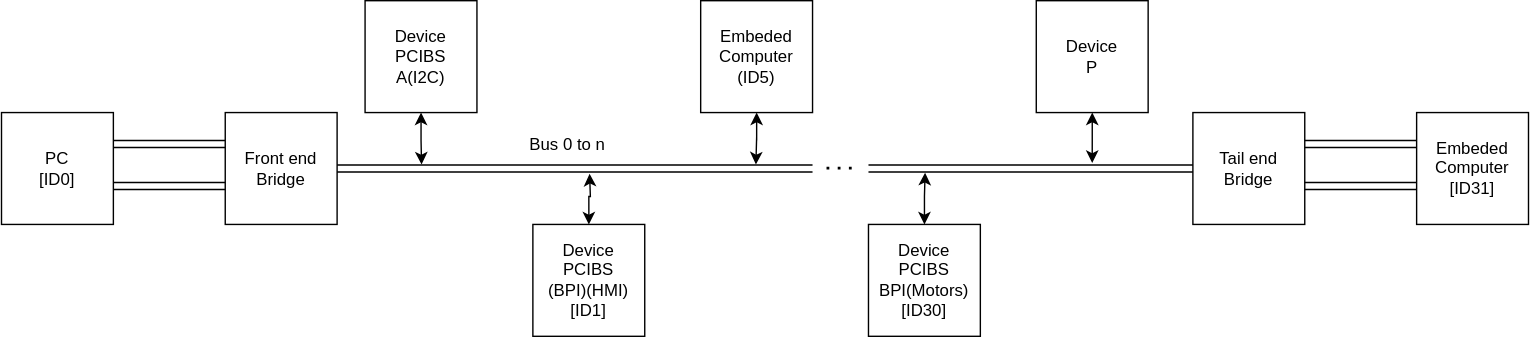
Earlier version of the draw.io export BUS_layout.svg (cdg66/BUS_figures). Source tidied: cells renumbered, new cells last; positions are measured from the earlier drawing's top-left corner, leaving out a move shared by most shapes.
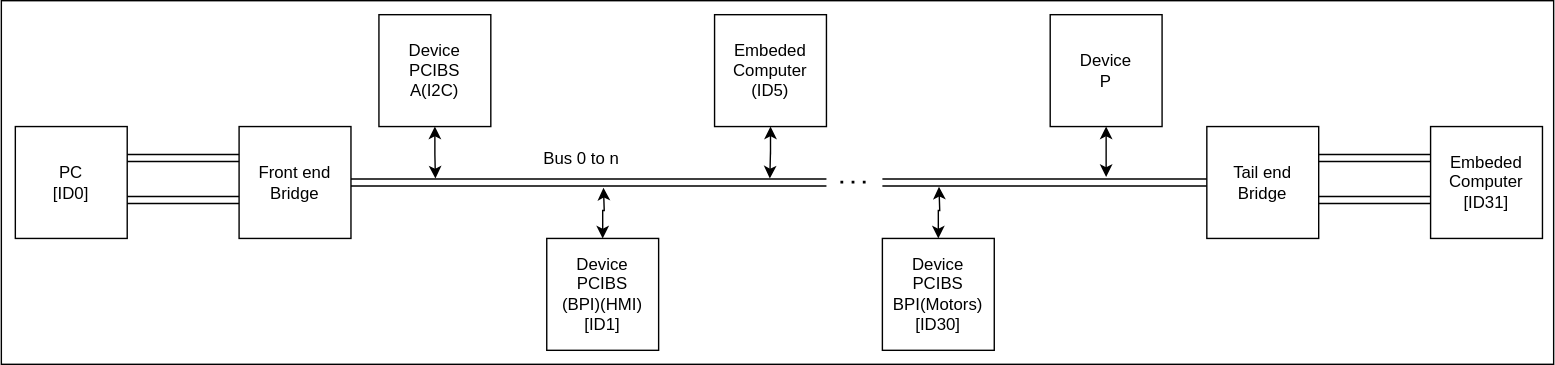
After the change.

Diff of the diagram source:
```diff
@@ -2,6 +2,9 @@
   <root>
     <mxCell id="0" />
     <mxCell id="1" parent="0" />
+    <mxCell id="24" style="rounded=0;whiteSpace=wrap;html=1;" parent="1" vertex="1">
+      <mxGeometry x="-10" y="-10" width="1110" height="260" as="geometry" />
+    </mxCell>
     <mxCell id="2" value="&lt;div&gt;Device &lt;br&gt;&lt;/div&gt;&lt;div&gt;PCIBS&lt;/div&gt;A(I2C)" style="whiteSpace=wrap;html=1;" parent="1" vertex="1">
       <mxGeometry x="260" width="80" height="80" as="geometry" />
     </mxCell>
```
